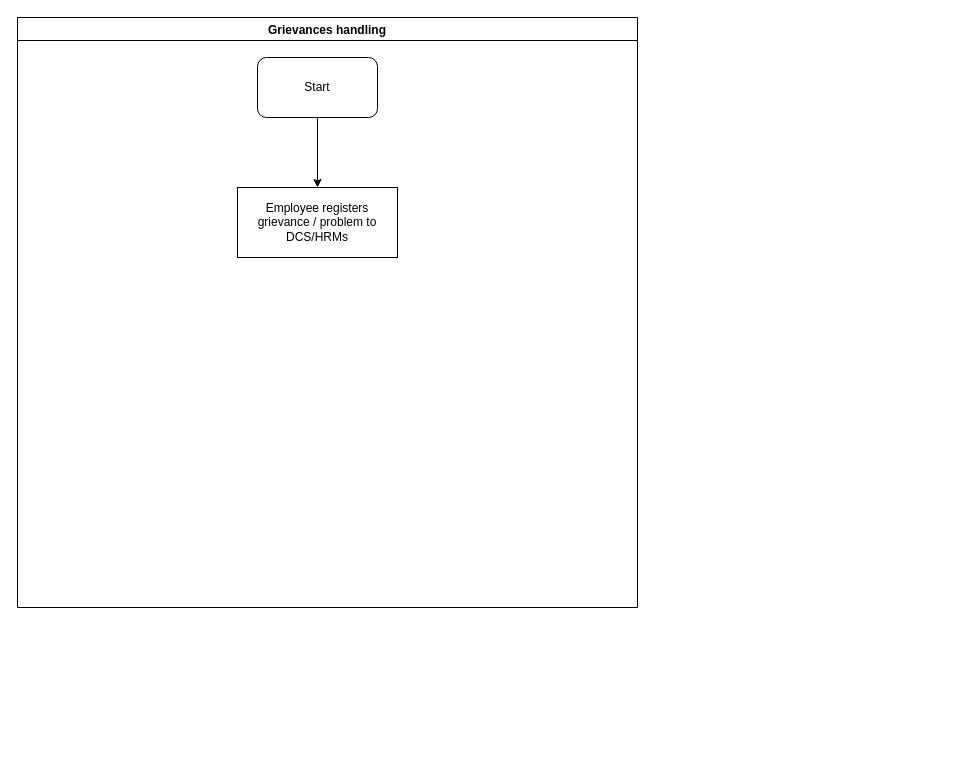
Above: TPF-HR-Grievance handling.drawio in kmagua/flowcharts (draw.io), before the change. Source tidied: cells renumbered, new cells numbered last; positions are measured from the earlier drawing's top-left corner, leaving out a move shared by most shapes. Both pictures are drawn from the tidied source at 100%, with x=0, y=0 at pixel (17, 17).
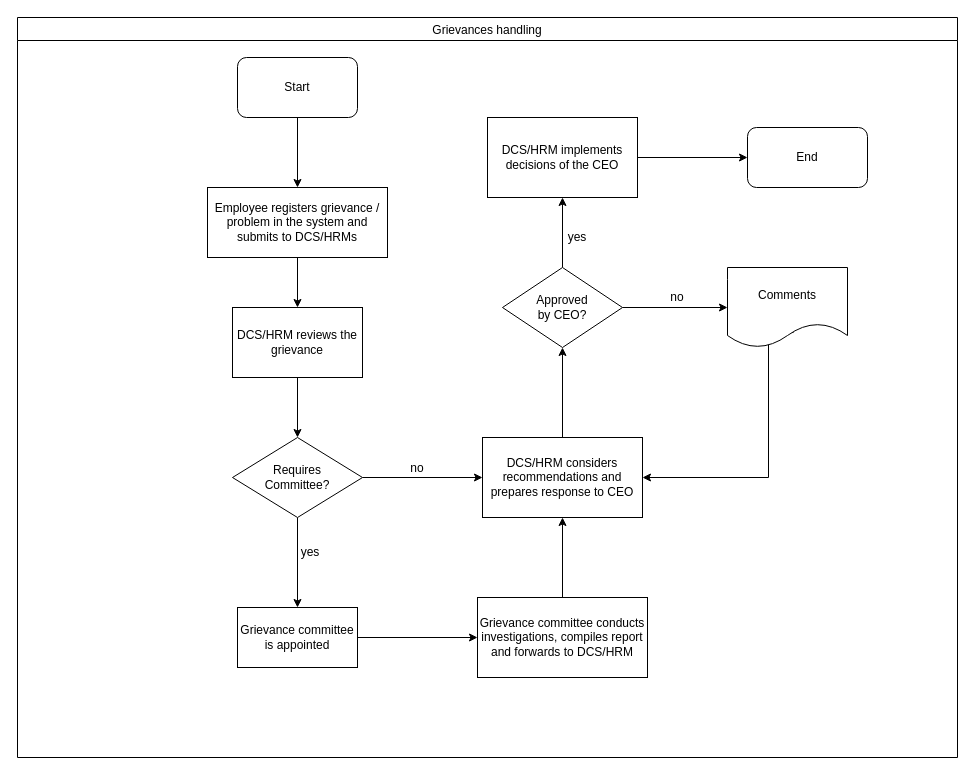
The same page after the edit.

What changed in the source:
```diff
@@
-    <mxCell id="2" value="Grievances handling" style="swimlane;" parent="1" vertex="1">
-      <mxGeometry width="620" height="590" as="geometry" />
+    <mxCell id="2" value="Grievances handling" style="swimlane;fontStyle=0;" parent="1" vertex="1">
+      <mxGeometry width="940" height="740" as="geometry" />
     </mxCell>
     <mxCell id="3" value="Start" style="rounded=1;whiteSpace=wrap;html=1;" parent="2" vertex="1">
-      <mxGeometry x="240" y="40" width="120" height="60" as="geometry" />
+      <mxGeometry x="220" y="40" width="120" height="60" as="geometry" />
     </mxCell>
+    <mxCell id="6" style="edgeStyle=orthogonalEdgeStyle;rounded=0;jettySize=auto;html=1;" parent="2" edge="1" source="4" target="8">
+      <mxGeometry relative="1" as="geometry" />
+    </mxCell>
-    <mxCell id="4" value="&lt;span lang=&quot;EN-GB&quot;&gt;Employee registers grievance / problem to DCS/HRMs&lt;/span&gt;" style="rounded=0;whiteSpace=wrap;html=1;" parent="2" vertex="1">
-      <mxGeometry x="220" y="170" width="160" height="70" as="geometry" />
+    <mxCell id="4" value="&lt;span lang=&quot;EN-GB&quot;&gt;Employee registers grievance / problem in the system and submits to DCS/HRMs&lt;/span&gt;" style="rounded=0;whiteSpace=wrap;html=1;" parent="2" vertex="1">
+      <mxGeometry x="190" y="170" width="180" height="70" as="geometry" />
     </mxCell>
@@
+    <mxCell id="7" style="edgeStyle=orthogonalEdgeStyle;rounded=0;jettySize=auto;html=1;" parent="2" edge="1" source="8" target="11">
+      <mxGeometry relative="1" as="geometry" />
+    </mxCell>
+    <mxCell id="8" value="&lt;span lang=&quot;EN-GB&quot;&gt;DCS/HRM reviews the grievance &lt;br&gt;&lt;/span&gt;" style="whiteSpace=wrap;html=1;rounded=0;" parent="2" vertex="1">
+      <mxGeometry x="215" y="290" width="130" height="70" as="geometry" />
+    </mxCell>
+    <mxCell id="9" style="edgeStyle=orthogonalEdgeStyle;rounded=0;jettySize=auto;html=1;" parent="2" edge="1" source="11" target="13">
+      <mxGeometry relative="1" as="geometry" />
+    </mxCell>
+    <mxCell id="10" style="edgeStyle=orthogonalEdgeStyle;rounded=0;jettySize=auto;html=1;" parent="2" edge="1" source="11" target="18">
+      <mxGeometry relative="1" as="geometry" />
+    </mxCell>
+    <mxCell id="11" value="&lt;div&gt;Requires&lt;/div&gt;&lt;div&gt;Committee?&lt;br&gt;&lt;/div&gt;" style="rhombus;whiteSpace=wrap;html=1;rounded=0;" parent="2" vertex="1">
+      <mxGeometry x="215" y="420" width="130" height="80" as="geometry" />
+    </mxCell>
+    <mxCell id="12" style="edgeStyle=orthogonalEdgeStyle;rounded=0;jettySize=auto;html=1;" parent="2" edge="1" source="13" target="16">
+      <mxGeometry relative="1" as="geometry" />
+    </mxCell>
+    <mxCell id="13" value="Grievance committee is appointed" style="whiteSpace=wrap;html=1;rounded=0;" parent="2" vertex="1">
+      <mxGeometry x="220" y="590" width="120" height="60" as="geometry" />
+    </mxCell>
+    <mxCell id="14" value="yes" style="text;html=1;strokeColor=none;fillColor=none;align=center;verticalAlign=middle;whiteSpace=wrap;rounded=0;" parent="2" vertex="1">
+      <mxGeometry x="273" y="525" width="40" height="20" as="geometry" />
+    </mxCell>
+    <mxCell id="15" style="edgeStyle=orthogonalEdgeStyle;rounded=0;jettySize=auto;html=1;" parent="2" edge="1" source="16" target="18">
+      <mxGeometry relative="1" as="geometry" />
+    </mxCell>
+    <mxCell id="16" value="&lt;span lang=&quot;EN-GB&quot;&gt;Grievance committee conducts investigations, compiles report and forwards to DCS/HRM&lt;/span&gt;" style="rounded=0;whiteSpace=wrap;html=1;" parent="2" vertex="1">
+      <mxGeometry x="460" y="580" width="170" height="80" as="geometry" />
+    </mxCell>
+    <mxCell id="17" style="edgeStyle=orthogonalEdgeStyle;rounded=0;jettySize=auto;html=1;" parent="2" edge="1" source="18" target="21">
+      <mxGeometry relative="1" as="geometry" />
+    </mxCell>
+    <mxCell id="18" value="&lt;span lang=&quot;EN-GB&quot;&gt;DCS/HRM considers recommendations and prepares response to CEO&lt;/span&gt;" style="whiteSpace=wrap;html=1;rounded=0;" parent="2" vertex="1">
+      <mxGeometry x="465" y="420" width="160" height="80" as="geometry" />
+    </mxCell>
+    <mxCell id="19" style="edgeStyle=orthogonalEdgeStyle;rounded=0;jettySize=auto;html=1;" parent="2" edge="1" source="21" target="23">
+      <mxGeometry relative="1" as="geometry" />
+    </mxCell>
+    <mxCell id="20" style="edgeStyle=orthogonalEdgeStyle;rounded=0;jettySize=auto;html=1;" parent="2" edge="1" source="21" target="25">
+      <mxGeometry relative="1" as="geometry" />
+    </mxCell>
+    <mxCell id="21" value="&lt;div&gt;Approved &lt;br&gt;&lt;/div&gt;&lt;div&gt;by CEO?&lt;/div&gt;" style="rhombus;whiteSpace=wrap;html=1;rounded=0;" parent="2" vertex="1">
+      <mxGeometry x="485" y="250" width="120" height="80" as="geometry" />
+    </mxCell>
+    <mxCell id="22" style="edgeStyle=orthogonalEdgeStyle;rounded=0;jettySize=auto;html=1;entryX=1;entryY=0.5;entryDx=0;entryDy=0;exitX=0.55;exitY=0.813;exitDx=0;exitDy=0;exitPerimeter=0;" parent="2" edge="1" source="23" target="18">
+      <mxGeometry relative="1" as="geometry">
+        <Array as="points">
+          <mxPoint x="751" y="460" />
+        </Array>
+      </mxGeometry>
+    </mxCell>
+    <mxCell id="23" value="Comments" style="shape=document;whiteSpace=wrap;html=1;boundedLbl=1;rounded=0;" parent="2" vertex="1">
+      <mxGeometry x="710" y="250" width="120" height="80" as="geometry" />
+    </mxCell>
+    <mxCell id="24" value="no" style="text;html=1;strokeColor=none;fillColor=none;align=center;verticalAlign=middle;whiteSpace=wrap;rounded=0;" parent="2" vertex="1">
+      <mxGeometry x="640" y="270" width="40" height="20" as="geometry" />
+    </mxCell>
+    <mxCell id="25" value="&lt;span lang=&quot;EN-GB&quot;&gt;DCS/HRM implements decisions of the CEO &lt;/span&gt;" style="whiteSpace=wrap;html=1;rounded=0;" parent="2" vertex="1">
+      <mxGeometry x="470" y="100" width="150" height="80" as="geometry" />
+    </mxCell>
+    <mxCell id="26" value="End" style="rounded=1;whiteSpace=wrap;html=1;" parent="2" vertex="1">
+      <mxGeometry x="730" y="110" width="120" height="60" as="geometry" />
+    </mxCell>
+    <mxCell id="27" style="edgeStyle=orthogonalEdgeStyle;rounded=0;jettySize=auto;html=1;entryX=0;entryY=0.5;entryDx=0;entryDy=0;" parent="2" edge="1" source="25" target="26">
+      <mxGeometry relative="1" as="geometry" />
+    </mxCell>
+    <mxCell id="28" value="yes" style="text;html=1;strokeColor=none;fillColor=none;align=center;verticalAlign=middle;whiteSpace=wrap;rounded=0;" parent="2" vertex="1">
+      <mxGeometry x="540" y="210" width="40" height="20" as="geometry" />
+    </mxCell>
+    <mxCell id="29" value="no" style="text;html=1;strokeColor=none;fillColor=none;align=center;verticalAlign=middle;whiteSpace=wrap;rounded=0;" parent="1" vertex="1">
+      <mxGeometry x="380" y="441" width="40" height="20" as="geometry" />
+    </mxCell>
```
